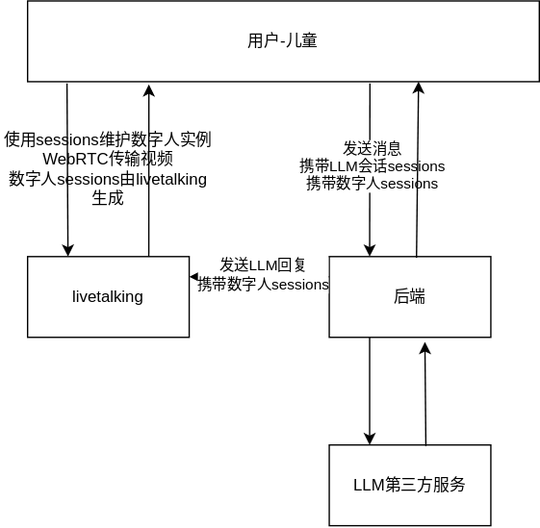
Before: src/main/resources/livetalking.svg, a diagram exported from draw.io (MaouXY/care-sync-ai). Source tidied: cells renumbered, new cells last; positions are measured from the earlier drawing's top-left corner, leaving out a move shared by most shapes.
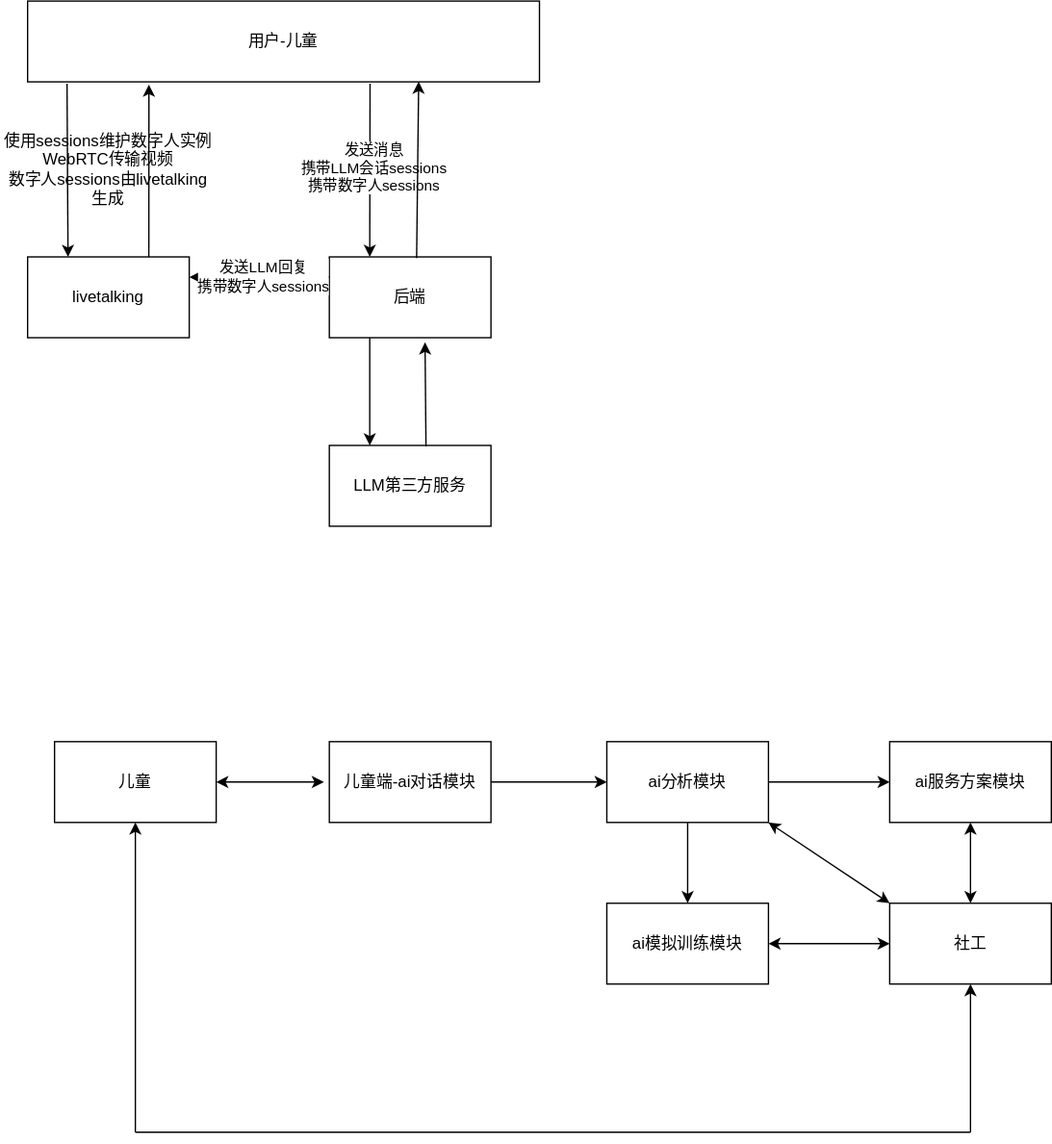
Later version of the same file.

Diff of the diagram source:
```diff
@@ -44,5 +44,62 @@
     <mxCell id="15" style="endArrow=classic;html=1;rounded=0;exitX=0.598;exitY=0.012;exitDx=0;exitDy=0;exitPerimeter=0;entryX=0.592;entryY=1.058;entryDx=0;entryDy=0;entryPerimeter=0;" parent="1" edge="1" source="13" target="6">
       <mxGeometry relative="1" as="geometry" />
     </mxCell>
+    <mxCell id="16" value="儿童" style="rounded=0;whiteSpace=wrap;html=1;" parent="1" vertex="1">
+      <mxGeometry x="40" y="550" width="120" height="60" as="geometry" />
+    </mxCell>
+    <mxCell id="17" value="儿童端-ai对话模块" style="rounded=0;whiteSpace=wrap;html=1;" parent="1" vertex="1">
+      <mxGeometry x="244" y="550" width="120" height="60" as="geometry" />
+    </mxCell>
+    <mxCell id="18" value="ai分析模块" style="rounded=0;whiteSpace=wrap;html=1;" parent="1" vertex="1">
+      <mxGeometry x="450" y="550" width="120" height="60" as="geometry" />
+    </mxCell>
+    <mxCell id="19" value="ai服务方案模块" style="rounded=0;whiteSpace=wrap;html=1;" parent="1" vertex="1">
+      <mxGeometry x="660" y="550" width="120" height="60" as="geometry" />
+    </mxCell>
+    <mxCell id="20" value="ai模拟训练模块" style="rounded=0;whiteSpace=wrap;html=1;" parent="1" vertex="1">
+      <mxGeometry x="450" y="670" width="120" height="60" as="geometry" />
+    </mxCell>
+    <mxCell id="21" style="endArrow=classic;html=1;rounded=0;exitX=1;exitY=0.5;exitDx=0;exitDy=0;entryX=0;entryY=0.5;entryDx=0;entryDy=0;" parent="1" edge="1" source="17" target="18">
+      <mxGeometry relative="1" as="geometry" />
+    </mxCell>
+    <mxCell id="22" style="endArrow=classic;startArrow=classic;html=1;rounded=0;exitX=1;exitY=0.5;exitDx=0;exitDy=0;" parent="1" edge="1" source="16">
+      <mxGeometry relative="1" as="geometry">
+        <mxPoint x="240" y="580" as="targetPoint" />
+      </mxGeometry>
+    </mxCell>
+    <mxCell id="23" style="endArrow=classic;html=1;rounded=0;exitX=0.5;exitY=1;exitDx=0;exitDy=0;" parent="1" edge="1" source="18" target="20">
+      <mxGeometry relative="1" as="geometry" />
+    </mxCell>
+    <mxCell id="24" style="endArrow=classic;html=1;rounded=0;exitX=1;exitY=0.5;exitDx=0;exitDy=0;entryX=0;entryY=0.5;entryDx=0;entryDy=0;" parent="1" edge="1" source="18" target="19">
+      <mxGeometry relative="1" as="geometry" />
+    </mxCell>
+    <mxCell id="25" value="社工" style="rounded=0;whiteSpace=wrap;html=1;" parent="1" vertex="1">
+      <mxGeometry x="660" y="670" width="120" height="60" as="geometry" />
+    </mxCell>
+    <mxCell id="26" style="endArrow=classic;startArrow=classic;html=1;rounded=0;exitX=1;exitY=0.5;exitDx=0;exitDy=0;entryX=0;entryY=0.5;entryDx=0;entryDy=0;" parent="1" edge="1" source="20" target="25">
+      <mxGeometry relative="1" as="geometry" />
+    </mxCell>
+    <mxCell id="27" style="endArrow=classic;startArrow=classic;html=1;rounded=0;exitX=0.5;exitY=0;exitDx=0;exitDy=0;entryX=0.5;entryY=1;entryDx=0;entryDy=0;" parent="1" edge="1" source="25" target="19">
+      <mxGeometry relative="1" as="geometry" />
+    </mxCell>
+    <mxCell id="28" style="endArrow=classic;startArrow=classic;html=1;rounded=0;exitX=1;exitY=1;exitDx=0;exitDy=0;entryX=0;entryY=0;entryDx=0;entryDy=0;" parent="1" edge="1" source="18" target="25">
+      <mxGeometry relative="1" as="geometry" />
+    </mxCell>
+    <mxCell id="29" style="endArrow=classic;html=1;rounded=0;entryX=0.5;entryY=1;entryDx=0;entryDy=0;" parent="1" edge="1" target="25">
+      <mxGeometry relative="1" as="geometry">
+        <mxPoint x="720" y="840" as="sourcePoint" />
+      </mxGeometry>
+    </mxCell>
+    <mxCell id="30" style="endArrow=none;html=1;rounded=0;" parent="1" edge="1">
+      <mxGeometry relative="1" as="geometry">
+        <mxPoint x="720" y="840" as="sourcePoint" />
+        <mxPoint x="100" y="840" as="targetPoint" />
+      </mxGeometry>
+    </mxCell>
+    <mxCell id="31" style="endArrow=classic;html=1;rounded=0;entryX=0.5;entryY=1;entryDx=0;entryDy=0;" parent="1" edge="1" target="16">
+      <mxGeometry relative="1" as="geometry">
+        <mxPoint x="100" y="840" as="sourcePoint" />
+      </mxGeometry>
+    </mxCell>
   </root>
 </mxGraphModel>
```
